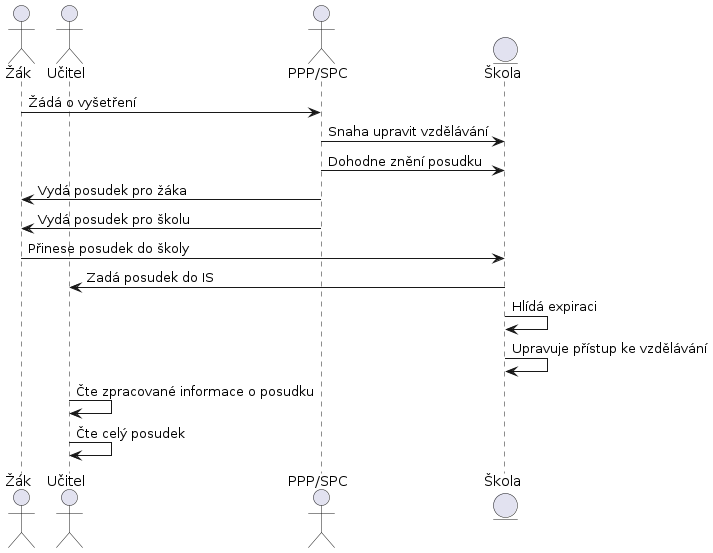
DanielADK/tul-prj keeps this PlantUML diagram as img/seq-digitalni-evidence-spu.png. Above is the earlier version. Source of this version:
```plantuml
@startuml
actor Zak as "Žák"
actor Ucitel as "Učitel"
actor PPPSPC as "PPP/SPC"
entity Skola as "Škola"

Zak -> PPPSPC: Žádá o vyšetření
PPPSPC -> Skola: Snaha upravit vzdělávání
PPPSPC -> Skola: Dohodne znění posudku
PPPSPC -> Zak: Vydá posudek pro žáka
PPPSPC -> Zak: Vydá posudek pro školu
Zak -> Skola: Přinese posudek do školy

Skola -> Ucitel: Zadá posudek do IS
Skola -> Skola: Hlídá expiraci
Skola -> Skola: Upravuje přístup ke vzdělávání

Ucitel -> Ucitel: Čte zpracované informace o posudku
Ucitel -> Ucitel: Čte celý posudek
@enduml
```
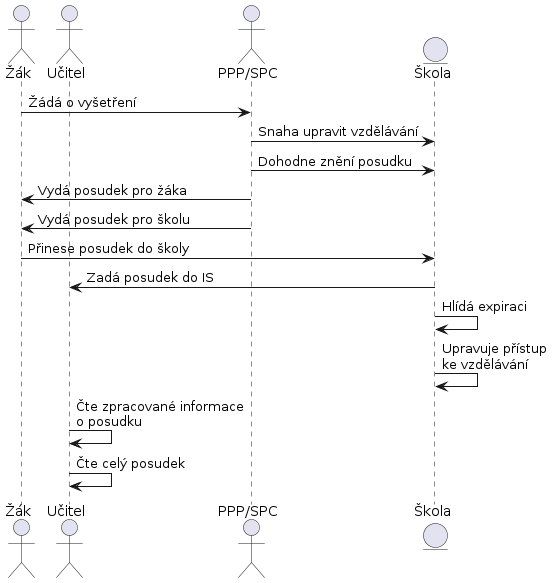
The same file after the commit.

Change to the diagram source:
```diff
@@ -13,8 +13,8 @@
 
 Skola -> Ucitel: Zadá posudek do IS
 Skola -> Skola: Hlídá expiraci
-Skola -> Skola: Upravuje přístup ke vzdělávání
+Skola -> Skola: Upravuje přístup\nke vzdělávání
 
-Ucitel -> Ucitel: Čte zpracované informace o posudku
+Ucitel -> Ucitel: Čte zpracované informace\no posudku
 Ucitel -> Ucitel: Čte celý posudek
 @enduml
```
